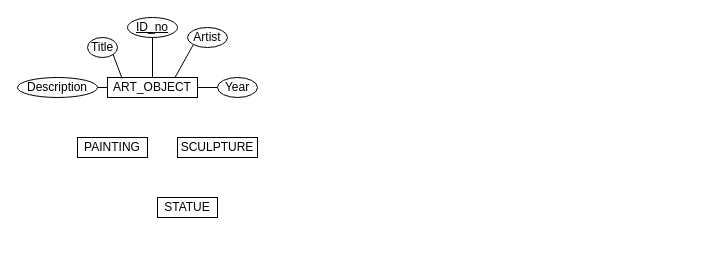
This is .github/Untitled Diagram.drawio from Maan-Khedr-ENSF-300/museum-project-chantae-katherine, a draw.io file, before an edit. Source tidied: cells renumbered, new cells numbered last; positions are measured from the earlier drawing's top-left corner, leaving out a move shared by most shapes. Both pictures are drawn from the tidied source at 100%, with x=0, y=0 at pixel (17, 17).
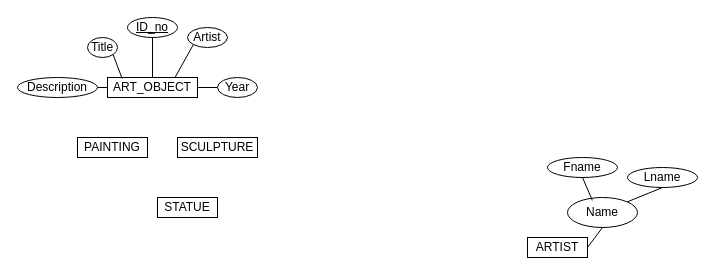
Above is the later version.

Commit message:
Add ARTIST entity

The edit, as a diff of the source:
```diff
@@
+    <mxCell id="16" value="ARTIST" style="rounded=0;whiteSpace=wrap;html=1;" parent="1" vertex="1">
+      <mxGeometry x="510" y="220" width="60" height="20" as="geometry" />
+    </mxCell>
+    <mxCell id="17" value="Name" style="ellipse;whiteSpace=wrap;html=1;" parent="1" vertex="1">
+      <mxGeometry x="550" y="180" width="70" height="30" as="geometry" />
+    </mxCell>
+    <mxCell id="18" value="Fname" style="ellipse;whiteSpace=wrap;html=1;align=center;" parent="1" vertex="1">
+      <mxGeometry x="530" y="140" width="70" height="20" as="geometry" />
+    </mxCell>
+    <mxCell id="19" value="Lname" style="ellipse;whiteSpace=wrap;html=1;align=center;" parent="1" vertex="1">
+      <mxGeometry x="610" y="150" width="70" height="20" as="geometry" />
+    </mxCell>
+    <mxCell id="20" style="endArrow=none;html=1;rounded=0;entryX=0.5;entryY=1;entryDx=0;entryDy=0;exitX=0.355;exitY=0.095;exitDx=0;exitDy=0;exitPerimeter=0;" parent="1" edge="1" source="17" target="18">
+      <mxGeometry relative="1" as="geometry" />
+    </mxCell>
+    <mxCell id="21" style="endArrow=none;html=1;rounded=0;exitX=1;exitY=0;exitDx=0;exitDy=0;entryX=0.5;entryY=1;entryDx=0;entryDy=0;" parent="1" edge="1" source="17" target="19">
+      <mxGeometry relative="1" as="geometry" />
+    </mxCell>
+    <mxCell id="22" style="endArrow=none;html=1;rounded=0;exitX=1;exitY=0.5;exitDx=0;exitDy=0;entryX=0.5;entryY=1;entryDx=0;entryDy=0;" parent="1" edge="1" source="16" target="17">
+      <mxGeometry relative="1" as="geometry" />
+    </mxCell>
```
